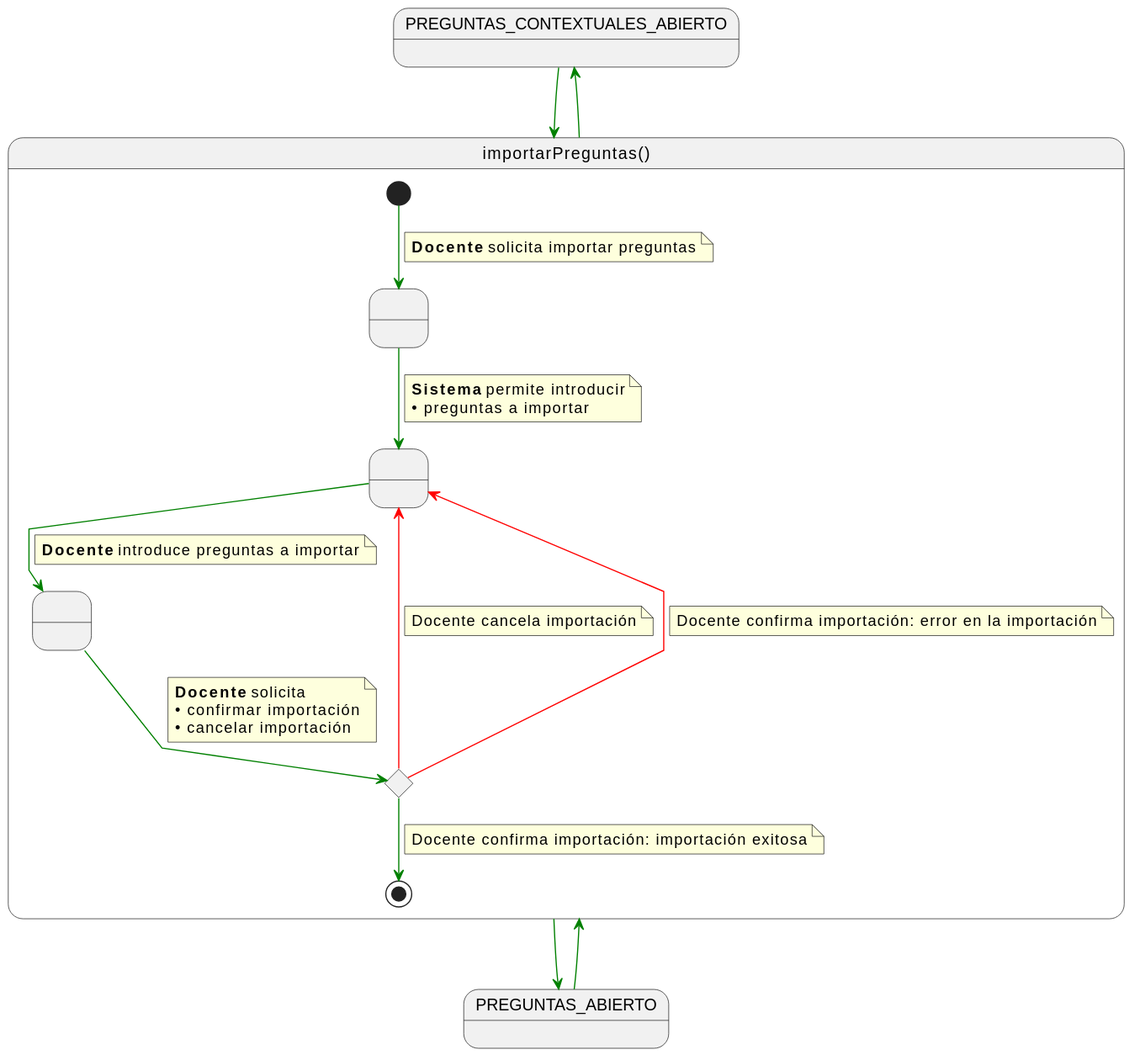
Above: documents/casos-de-uso/detalladoCasosDeUso/importarPreguntas/importarPreguntas.svg in martinlopez7/25-26-IdSw1-SdR (PlantUML), before the change.
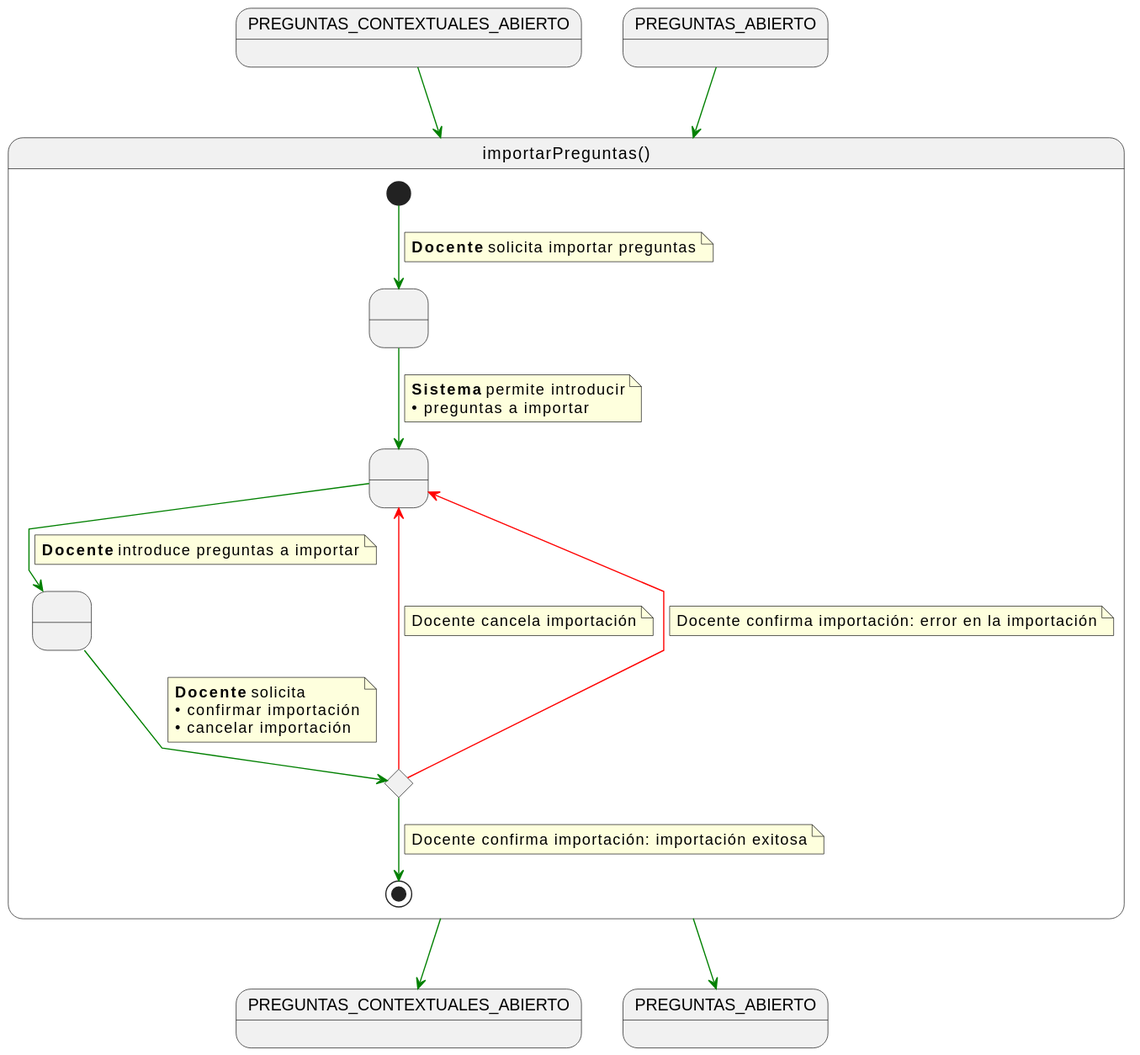
The same diagram one commit later.

Diff of the diagram source:
```diff
@@ -2,6 +2,8 @@
 skinparam linetype polyline
 
 state PREGUNTAS_CONTEXTUALES_ABIERTO
+state PREGUNTAS_CONTEXTUALES_ABIERTO2 as "PREGUNTAS_CONTEXTUALES_ABIERTO"
+state PREGUNTAS_ABIERTO2 as "PREGUNTAS_ABIERTO"
 
 state importarPreguntas as "importarPreguntas()" {
 
@@ -50,8 +52,8 @@
 }
 
 PREGUNTAS_ABIERTO -[#green]-> importarPreguntas
-importarPreguntas -[#green]-> PREGUNTAS_ABIERTO
+importarPreguntas -[#green]-> PREGUNTAS_ABIERTO2
 
 PREGUNTAS_CONTEXTUALES_ABIERTO -[#green]-> importarPreguntas
-importarPreguntas -[#green]-> PREGUNTAS_CONTEXTUALES_ABIERTO
+importarPreguntas -[#green]-> PREGUNTAS_CONTEXTUALES_ABIERTO2
 @enduml
```
